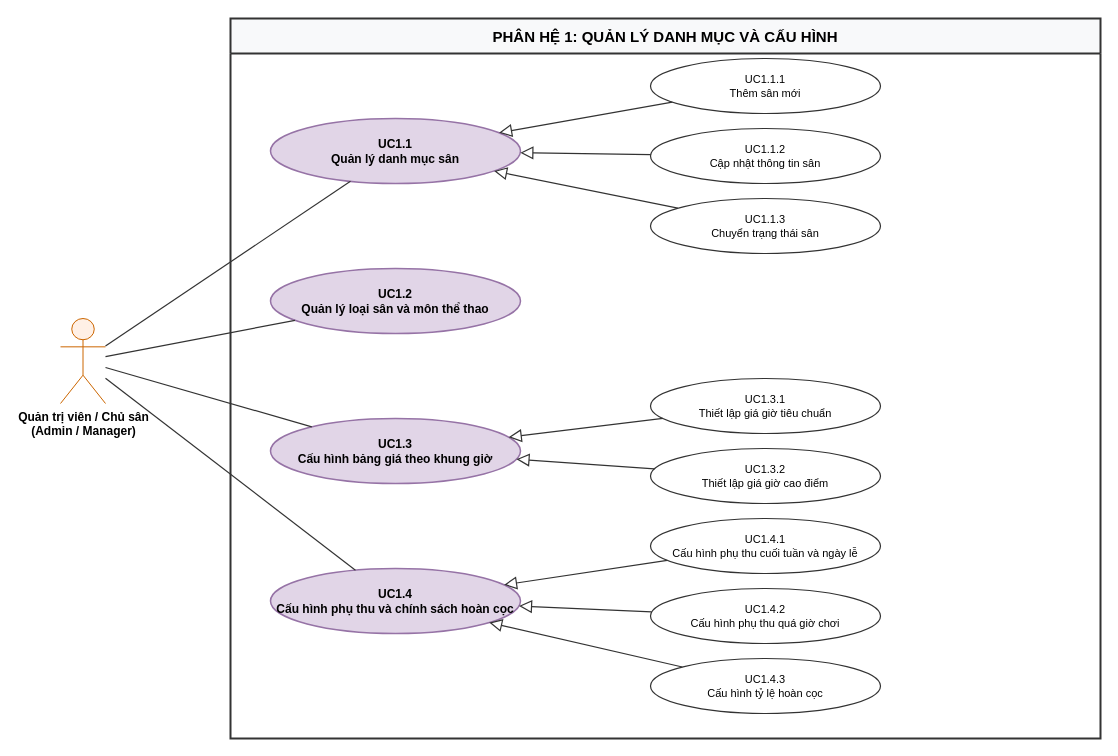
Before: page "01_PH1_DanhMuc_CauHinh" (2 of 6) of BTH/BTH3_UsecaseDiagram/DoAn_OOAD_UseCaseDiagram.drawio in nphat-code/DoAn-OOAD-SGU, a draw.io diagram. Source tidied: cells renumbered, new cells numbered last; positions are measured from the earlier drawing's top-left corner, leaving out a move shared by most shapes. Both pictures are drawn from the tidied source at 100%, with x=0, y=0 at pixel (60, 18).
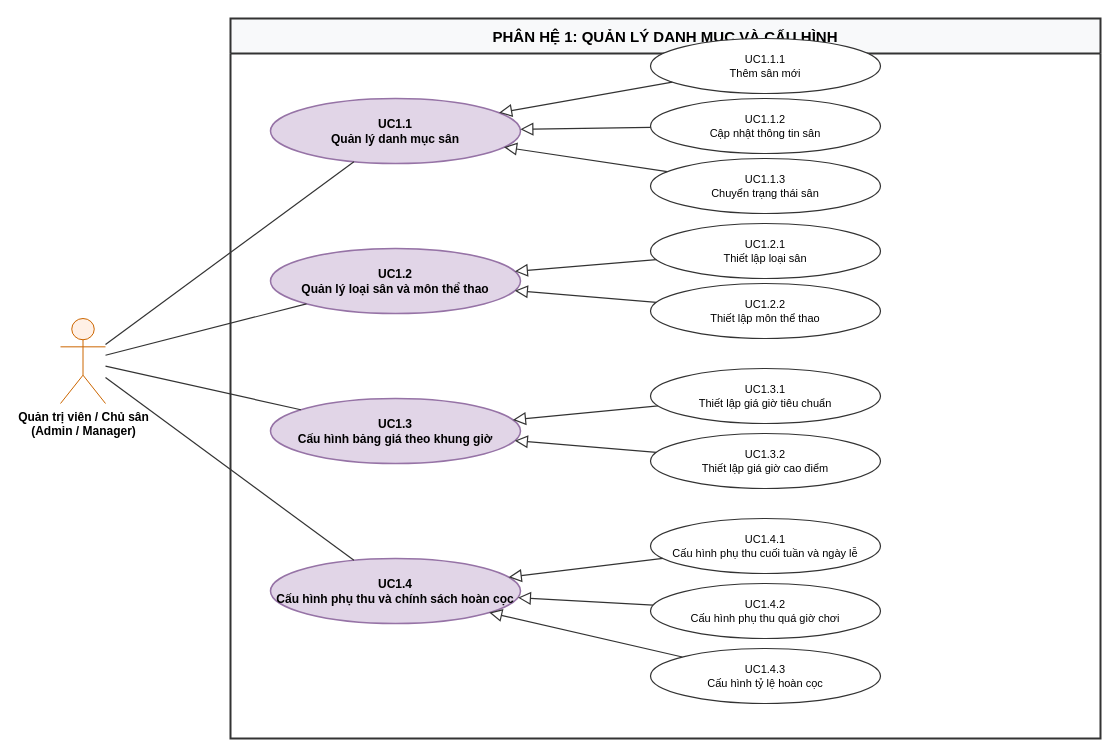
Above is the later version.

Commit message (it also covers changes not shown here):
feat(bth3): add UC1.2.1 and UC1.2.2 sub use cases to Phân hệ 1

The edit, as a diff of the source:
```diff
@@
     <mxCell id="4" value="UC1.1&#10;Quản lý danh mục sân" style="ellipse;whiteSpace=wrap;html=1;fillColor=#E1D5E7;strokeColor=#9673A6;strokeWidth=1.5;fontFamily=Helvetica;fontSize=12;fontStyle=1;" parent="1" vertex="1">
-      <mxGeometry x="210" y="100" width="250" height="65" as="geometry" />
+      <mxGeometry x="210" y="80" width="250" height="65" as="geometry" />
     </mxCell>
     <mxCell id="5" value="UC1.2&#10;Quản lý loại sân và môn thể thao" style="ellipse;whiteSpace=wrap;html=1;fillColor=#E1D5E7;strokeColor=#9673A6;strokeWidth=1.5;fontFamily=Helvetica;fontSize=12;fontStyle=1;" parent="1" vertex="1">
-      <mxGeometry x="210" y="250" width="250" height="65" as="geometry" />
+      <mxGeometry x="210" y="230" width="250" height="65" as="geometry" />
     </mxCell>
     <mxCell id="6" value="UC1.3&#10;Cấu hình bảng giá theo khung giờ" style="ellipse;whiteSpace=wrap;html=1;fillColor=#E1D5E7;strokeColor=#9673A6;strokeWidth=1.5;fontFamily=Helvetica;fontSize=12;fontStyle=1;" parent="1" vertex="1">
-      <mxGeometry x="210" y="400" width="250" height="65" as="geometry" />
+      <mxGeometry x="210" y="380" width="250" height="65" as="geometry" />
     </mxCell>
     <mxCell id="7" value="UC1.4&#10;Cấu hình phụ thu và chính sách hoàn cọc" style="ellipse;whiteSpace=wrap;html=1;fillColor=#E1D5E7;strokeColor=#9673A6;strokeWidth=1.5;fontFamily=Helvetica;fontSize=12;fontStyle=1;" parent="1" vertex="1">
-      <mxGeometry x="210" y="550" width="250" height="65" as="geometry" />
+      <mxGeometry x="210" y="540" width="250" height="65" as="geometry" />
     </mxCell>
     <mxCell id="8" value="UC1.1.1&#10;Thêm sân mới" style="ellipse;whiteSpace=wrap;html=1;fillColor=#FFFFFF;strokeColor=#333333;strokeWidth=1.2;fontFamily=Helvetica;fontSize=11;" parent="1" vertex="1">
-      <mxGeometry x="590" y="40" width="230" height="55" as="geometry" />
+      <mxGeometry x="590" y="20" width="230" height="55" as="geometry" />
     </mxCell>
     <mxCell id="9" value="UC1.1.2&#10;Cập nhật thông tin sân" style="ellipse;whiteSpace=wrap;html=1;fillColor=#FFFFFF;strokeColor=#333333;strokeWidth=1.2;fontFamily=Helvetica;fontSize=11;" parent="1" vertex="1">
-      <mxGeometry x="590" y="110" width="230" height="55" as="geometry" />
+      <mxGeometry x="590" y="80" width="230" height="55" as="geometry" />
     </mxCell>
     <mxCell id="10" value="UC1.1.3&#10;Chuyển trạng thái sân" style="ellipse;whiteSpace=wrap;html=1;fillColor=#FFFFFF;strokeColor=#333333;strokeWidth=1.2;fontFamily=Helvetica;fontSize=11;" parent="1" vertex="1">
-      <mxGeometry x="590" y="180" width="230" height="55" as="geometry" />
+      <mxGeometry x="590" y="140" width="230" height="55" as="geometry" />
     </mxCell>
+    <mxCell id="28" value="UC1.2.1&#10;Thiết lập loại sân" style="ellipse;whiteSpace=wrap;html=1;fillColor=#FFFFFF;strokeColor=#333333;strokeWidth=1.2;fontFamily=Helvetica;fontSize=11;" parent="1" vertex="1">
+      <mxGeometry x="590" y="205" width="230" height="55" as="geometry" />
+    </mxCell>
+    <mxCell id="29" value="UC1.2.2&#10;Thiết lập môn thể thao" style="ellipse;whiteSpace=wrap;html=1;fillColor=#FFFFFF;strokeColor=#333333;strokeWidth=1.2;fontFamily=Helvetica;fontSize=11;" parent="1" vertex="1">
+      <mxGeometry x="590" y="265" width="230" height="55" as="geometry" />
+    </mxCell>
     <mxCell id="11" value="UC1.3.1&#10;Thiết lập giá giờ tiêu chuẩn" style="ellipse;whiteSpace=wrap;html=1;fillColor=#FFFFFF;strokeColor=#333333;strokeWidth=1.2;fontFamily=Helvetica;fontSize=11;" parent="1" vertex="1">
-      <mxGeometry x="590" y="360" width="230" height="55" as="geometry" />
+      <mxGeometry x="590" y="350" width="230" height="55" as="geometry" />
     </mxCell>
     <mxCell id="12" value="UC1.3.2&#10;Thiết lập giá giờ cao điểm" style="ellipse;whiteSpace=wrap;html=1;fillColor=#FFFFFF;strokeColor=#333333;strokeWidth=1.2;fontFamily=Helvetica;fontSize=11;" parent="1" vertex="1">
-      <mxGeometry x="590" y="430" width="230" height="55" as="geometry" />
+      <mxGeometry x="590" y="415" width="230" height="55" as="geometry" />
     </mxCell>
@@
     <mxCell id="14" value="UC1.4.2&#10;Cấu hình phụ thu quá giờ chơi" style="ellipse;whiteSpace=wrap;html=1;fillColor=#FFFFFF;strokeColor=#333333;strokeWidth=1.2;fontFamily=Helvetica;fontSize=11;" parent="1" vertex="1">
-      <mxGeometry x="590" y="570" width="230" height="55" as="geometry" />
+      <mxGeometry x="590" y="565" width="230" height="55" as="geometry" />
     </mxCell>
     <mxCell id="15" value="UC1.4.3&#10;Cấu hình tỷ lệ hoàn cọc" style="ellipse;whiteSpace=wrap;html=1;fillColor=#FFFFFF;strokeColor=#333333;strokeWidth=1.2;fontFamily=Helvetica;fontSize=11;" parent="1" vertex="1">
-      <mxGeometry x="590" y="640" width="230" height="55" as="geometry" />
+      <mxGeometry x="590" y="630" width="230" height="55" as="geometry" />
     </mxCell>
@@
+    <mxCell id="30" style="endArrow=block;endFill=0;endSize=10;html=1;strokeWidth=1.2;strokeColor=#333333;" parent="1" edge="1" source="28" target="5">
+      <mxGeometry relative="1" as="geometry" />
+    </mxCell>
+    <mxCell id="31" style="endArrow=block;endFill=0;endSize=10;html=1;strokeWidth=1.2;strokeColor=#333333;" parent="1" edge="1" source="29" target="5">
+      <mxGeometry relative="1" as="geometry" />
+    </mxCell>
```
